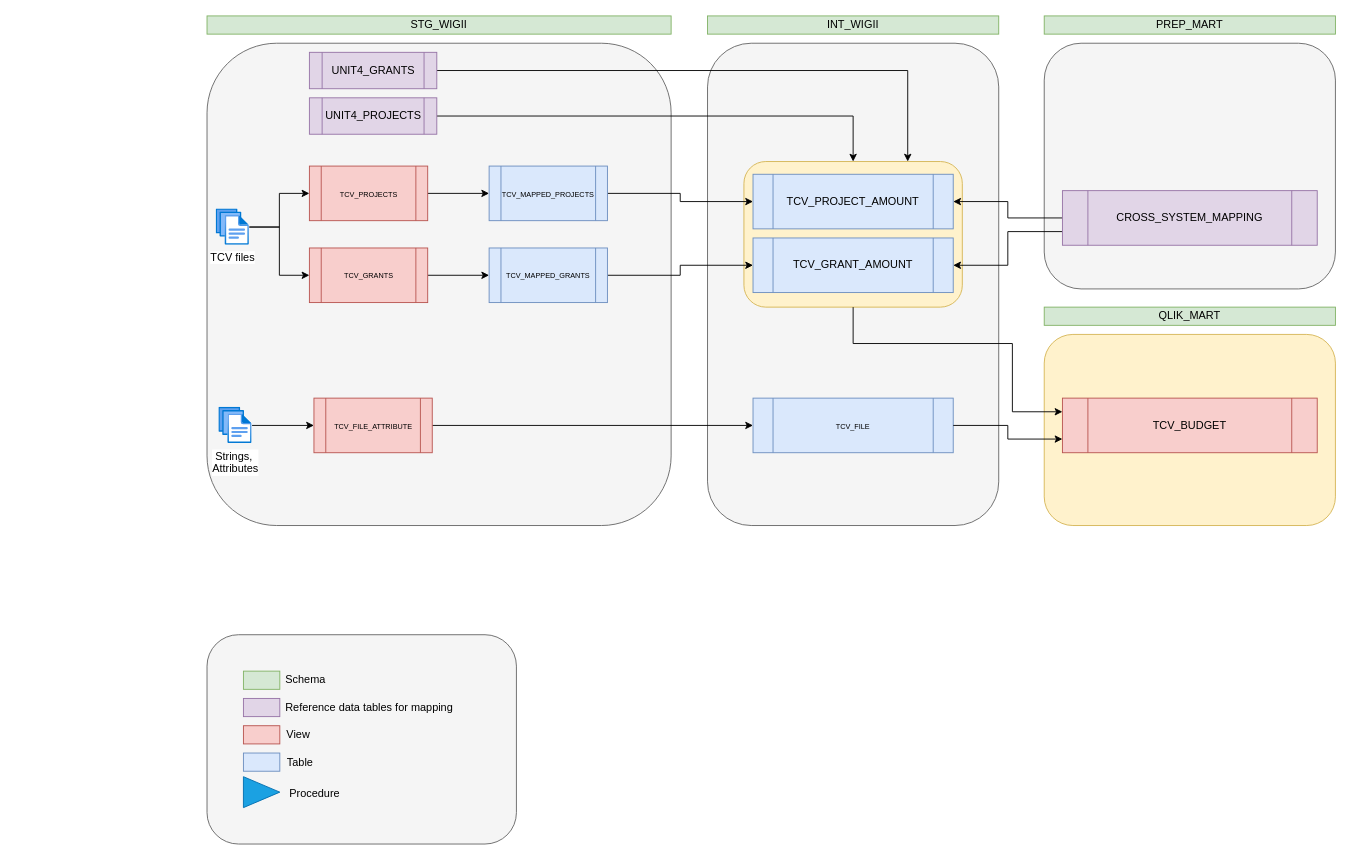
Above: Wigii TCVs data flow.drawio in Medair/drawio (draw.io), before the change. Source tidied: cells renumbered, new cells numbered last; positions are measured from the earlier drawing's top-left corner, leaving out a move shared by most shapes. Both pictures are drawn from the tidied source at 91%, with x=0, y=0 at pixel (207, 15).
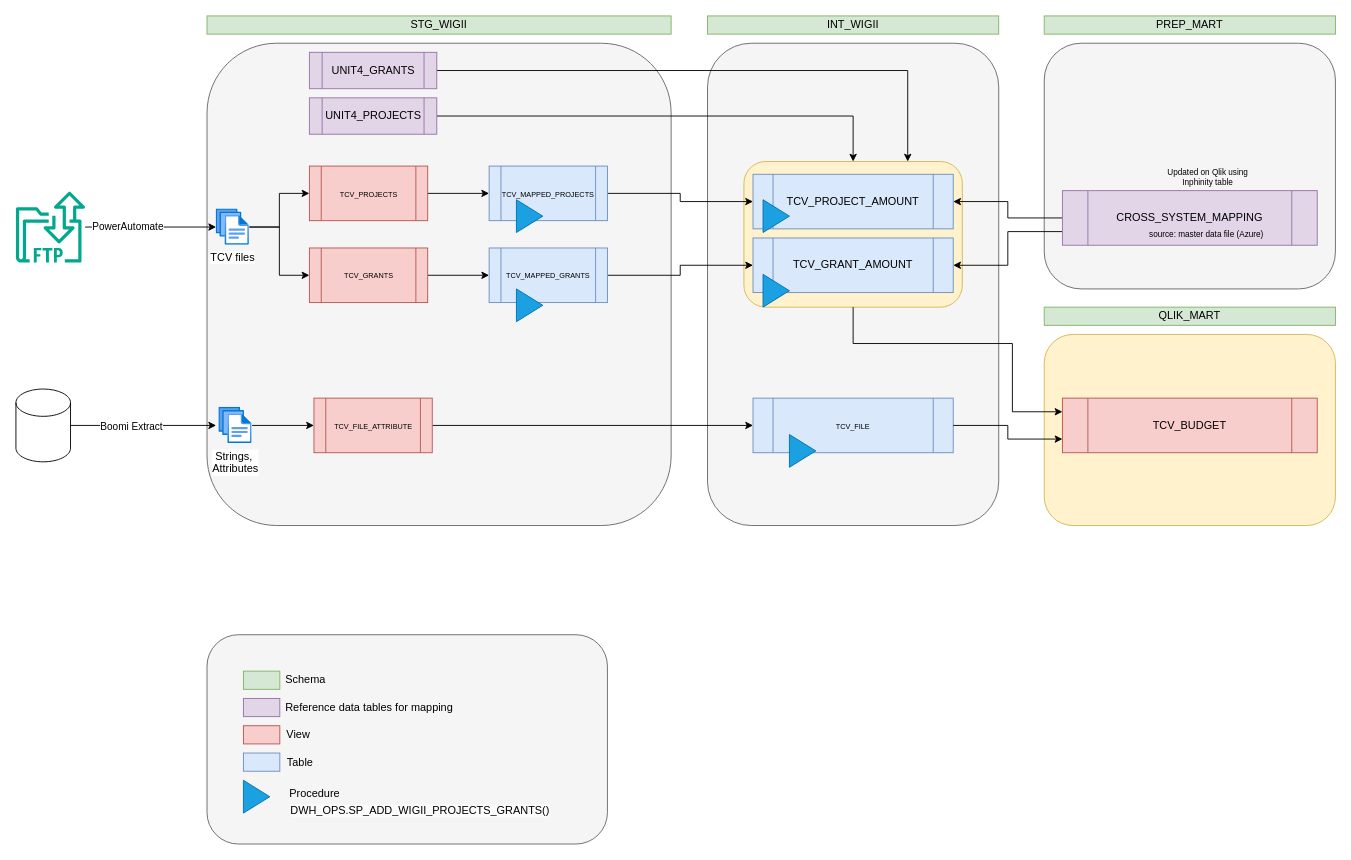
The same page after the edit.

The change refers to these unchanged cells:
```xml
<mxCell id="8" value="TCV files" style="image;html=1;points=[];align=center;fontSize=12;image=img/lib/azure2/general/Files.svg;" parent="1" vertex="1">
  <mxGeometry x="10" y="212" width="36.5" height="40" as="geometry" />
</mxCell>
<mxCell id="42" value="Strings,&amp;nbsp;&lt;div&gt;Attributes&lt;/div&gt;" style="image;html=1;points=[];align=center;fontSize=12;image=img/lib/azure2/general/Files.svg;" parent="1" vertex="1">
  <mxGeometry x="13" y="430" width="36.5" height="40" as="geometry" />
</mxCell>
```

Change to the diagram source:
```diff
@@
     <mxCell id="14" style="group;" parent="1" vertex="1">
-      <mxGeometry y="680" width="340" height="230" as="geometry" />
+      <mxGeometry y="680" width="440" height="230" as="geometry" />
     </mxCell>
     <mxCell id="15" style="rounded=1;whiteSpace=wrap;html=1;fillColor=#f5f5f5;fontColor=#333333;strokeColor=#666666;fontSize=11;" parent="14" vertex="1">
-      <mxGeometry width="340" height="230" as="geometry" />
+      <mxGeometry width="440" height="230" as="geometry" />
     </mxCell>
@@
-    <mxCell id="24" style="triangle;whiteSpace=wrap;html=1;fillColor=#1ba1e2;fontColor=#ffffff;strokeColor=#006EAF;" parent="14" vertex="1">
-      <mxGeometry x="40" y="156" width="40" height="34" as="geometry" />
-    </mxCell>
@@
+    <mxCell id="51" style="triangle;whiteSpace=wrap;html=1;fillColor=#1ba1e2;fontColor=#ffffff;strokeColor=#006EAF;" parent="14" vertex="1">
+      <mxGeometry x="40" y="160" width="29" height="36" as="geometry" />
+    </mxCell>
+    <mxCell id="52" value="&lt;span style=&quot;color: rgb(0, 0, 0); font-family: Helvetica; font-size: 12px; font-style: normal; font-variant-ligatures: normal; font-variant-caps: normal; font-weight: 400; letter-spacing: normal; orphans: 2; text-align: center; text-indent: 0px; text-transform: none; widows: 2; word-spacing: 0px; -webkit-text-stroke-width: 0px; white-space: normal; background-color: rgb(251, 251, 251); text-decoration-thickness: initial; text-decoration-style: initial; text-decoration-color: initial; display: inline !important; float: none;&quot;&gt;DWH_OPS.SP_ADD_WIGII_PROJECTS_GRANTS()&lt;/span&gt;" style="text;whiteSpace=wrap;html=1;" parent="14" vertex="1">
+      <mxGeometry x="90" y="180" width="320" height="40" as="geometry" />
+    </mxCell>
@@
+    <mxCell id="53" style="triangle;whiteSpace=wrap;html=1;fillColor=#1ba1e2;fontColor=#ffffff;strokeColor=#006EAF;" parent="1" vertex="1">
+      <mxGeometry x="340" y="202" width="29" height="36" as="geometry" />
+    </mxCell>
+    <mxCell id="54" style="triangle;whiteSpace=wrap;html=1;fillColor=#1ba1e2;strokeColor=#006EAF;fontColor=#ffffff;" parent="1" vertex="1">
+      <mxGeometry x="340" y="300" width="29" height="36" as="geometry" />
+    </mxCell>
+    <mxCell id="55" style="triangle;whiteSpace=wrap;html=1;fillColor=#1ba1e2;fontColor=#ffffff;strokeColor=#006EAF;" parent="1" vertex="1">
+      <mxGeometry x="611" y="202" width="29" height="36" as="geometry" />
+    </mxCell>
+    <mxCell id="56" style="triangle;whiteSpace=wrap;html=1;fillColor=#1ba1e2;strokeColor=#006EAF;fontColor=#ffffff;" parent="1" vertex="1">
+      <mxGeometry x="640" y="460" width="29" height="36" as="geometry" />
+    </mxCell>
+    <mxCell id="57" style="triangle;whiteSpace=wrap;html=1;fillColor=#1ba1e2;fontColor=#ffffff;strokeColor=#006EAF;" parent="1" vertex="1">
+      <mxGeometry x="611" y="284" width="29" height="36" as="geometry" />
+    </mxCell>
+    <mxCell id="58" value="Updated on Qlik using Inphinity table" style="text;html=1;align=center;verticalAlign=middle;whiteSpace=wrap;rounded=0;fontSize=9;" parent="1" vertex="1">
+      <mxGeometry x="1040" y="162" width="120" height="30" as="geometry" />
+    </mxCell>
+    <mxCell id="59" value="source: master data file (Azure)" style="text;html=1;align=center;verticalAlign=middle;strokeColor=none;fillColor=none;fontSize=9;" parent="1" vertex="1">
+      <mxGeometry x="1023" y="230" width="150" height="20" as="geometry" />
+    </mxCell>
+    <mxCell id="60" style="edgeStyle=orthogonalEdgeStyle;rounded=0;jettySize=auto;html=1;" parent="1" edge="1" source="62" target="8">
+      <mxGeometry relative="1" as="geometry" />
+    </mxCell>
+    <mxCell id="61" value="PowerAutomate" style="edgeLabel;html=1;align=center;verticalAlign=middle;" parent="60" vertex="1">
+      <mxGeometry x="-0.36" y="2" relative="1" as="geometry">
+        <mxPoint y="1" as="offset" />
+      </mxGeometry>
+    </mxCell>
+    <mxCell id="62" style="sketch=0;outlineConnect=0;fontColor=#232F3E;gradientColor=none;fillColor=#01A88D;strokeColor=none;dashed=0;verticalLabelPosition=bottom;verticalAlign=top;align=center;html=1;fontSize=12;fontStyle=0;shape=mxgraph.aws4.transfer_for_ftp_resource;" parent="1" vertex="1">
+      <mxGeometry x="-210" y="193" width="76" height="78" as="geometry" />
+    </mxCell>
+    <mxCell id="63" style="shape=cylinder3;whiteSpace=wrap;html=1;boundedLbl=1;backgroundOutline=1;size=15;" parent="1" vertex="1">
+      <mxGeometry x="-210" y="410" width="60" height="80" as="geometry" />
+    </mxCell>
+    <mxCell id="64" style="edgeStyle=orthogonalEdgeStyle;rounded=0;jettySize=auto;html=1;entryX=-0.082;entryY=0.5;entryDx=0;entryDy=0;entryPerimeter=0;" parent="1" edge="1" source="63" target="42">
+      <mxGeometry relative="1" as="geometry" />
+    </mxCell>
+    <mxCell id="65" value="Boomi Extract" style="edgeLabel;html=1;align=center;verticalAlign=middle;" parent="64" vertex="1">
+      <mxGeometry x="-0.67" y="-3" relative="1" as="geometry">
+        <mxPoint x="40" y="-3" as="offset" />
+      </mxGeometry>
+    </mxCell>
```
